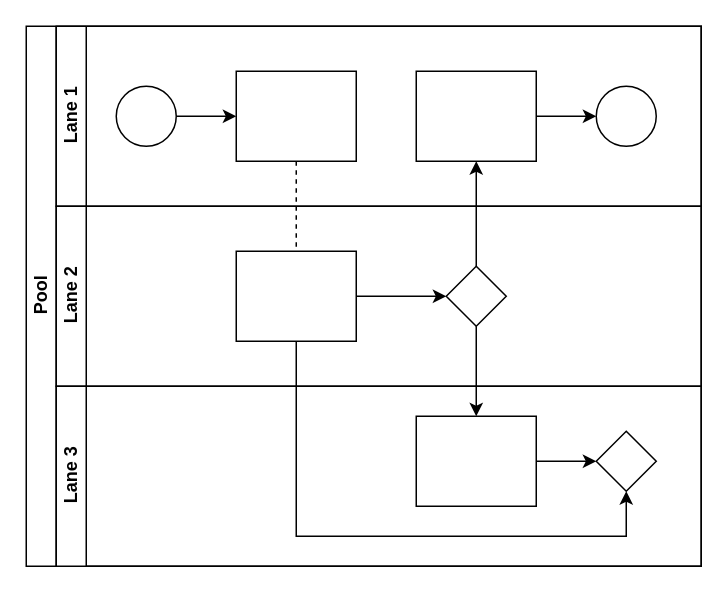
Above: Diagrama sem nome.drawio in Luan-Moreno/Health-Pocket (draw.io), before the change. Source tidied: cells renumbered, new cells numbered last; positions are measured from the earlier drawing's top-left corner, leaving out a move shared by most shapes. Both pictures are drawn from the tidied source at 150%, with x=0, y=0 at pixel (26, 26).
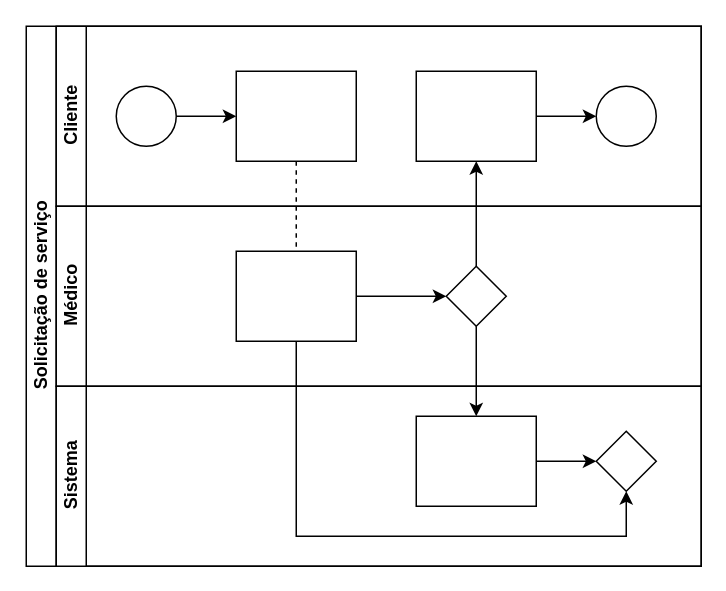
Above is the later version.

The edit, as a diff of the source:
```diff
@@
-    <mxCell id="2" value="Pool" style="swimlane;html=1;horizontal=0;startSize=20;" parent="1" vertex="1">
+    <mxCell id="2" value="Solicitação de serviço" style="swimlane;html=1;horizontal=0;startSize=20;" parent="1" vertex="1">
       <mxGeometry width="450" height="360" as="geometry" />
     </mxCell>
@@
-    <mxCell id="7" value="Lane 1" style="swimlane;html=1;startSize=20;horizontal=0;" parent="2" vertex="1">
+    <mxCell id="7" value="Cliente" style="swimlane;html=1;startSize=20;horizontal=0;" parent="2" vertex="1">
       <mxGeometry x="20" width="430" height="120" as="geometry" />
     </mxCell>
@@
-    <mxCell id="14" value="Lane 2" style="swimlane;html=1;startSize=20;horizontal=0;" parent="2" vertex="1">
+    <mxCell id="14" value="Médico" style="swimlane;html=1;startSize=20;horizontal=0;" parent="2" vertex="1">
       <mxGeometry x="20" y="120" width="430" height="120" as="geometry" />
     </mxCell>
@@
-    <mxCell id="18" value="Lane 3" style="swimlane;html=1;startSize=20;horizontal=0;" parent="2" vertex="1">
+    <mxCell id="18" value="Sistema" style="swimlane;html=1;startSize=20;horizontal=0;" parent="2" vertex="1">
       <mxGeometry x="20" y="240" width="430" height="120" as="geometry" />
     </mxCell>
```
